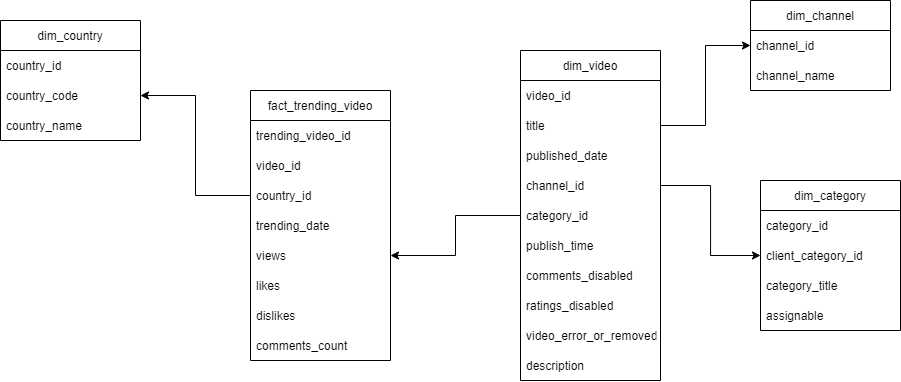
The draw.io diagram docs/final-project-logical-model.drawio.png in nischalbadal/YouTube-Trending-Video-Analysis, before a commit. Source tidied: cells renumbered, new cells last; positions are measured from the earlier drawing's top-left corner, leaving out a move shared by most shapes.
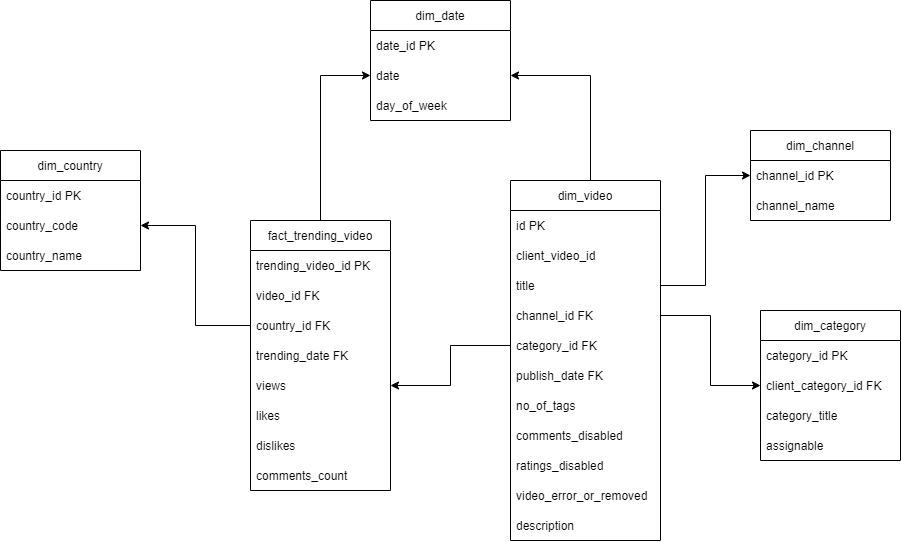
Above is the later version.

Diff of the diagram source:
```diff
@@ -5,10 +5,10 @@
     <mxCell id="2" value="dim_category" style="swimlane;fontStyle=0;horizontal=1;startSize=30;" parent="1" vertex="1">
       <mxGeometry x="760" y="180" width="140" height="150" as="geometry" />
     </mxCell>
-    <mxCell id="3" value="category_id" style="text;strokeColor=none;fillColor=none;align=left;verticalAlign=middle;spacingLeft=4;spacingRight=4;overflow=hidden;" parent="2" vertex="1">
+    <mxCell id="3" value="category_id PK" style="text;strokeColor=none;fillColor=none;align=left;verticalAlign=middle;spacingLeft=4;spacingRight=4;overflow=hidden;" parent="2" vertex="1">
       <mxGeometry y="30" width="140" height="30" as="geometry" />
     </mxCell>
-    <mxCell id="4" value="client_category_id" style="text;strokeColor=none;fillColor=none;align=left;verticalAlign=middle;spacingLeft=4;spacingRight=4;overflow=hidden;points=[[0,0.5],[1,0.5]];portConstraint=eastwest;" parent="2" vertex="1">
+    <mxCell id="4" value="client_category_id FK" style="text;strokeColor=none;fillColor=none;align=left;verticalAlign=middle;spacingLeft=4;spacingRight=4;overflow=hidden;points=[[0,0.5],[1,0.5]];portConstraint=eastwest;" parent="2" vertex="1">
       <mxGeometry y="60" width="140" height="30" as="geometry" />
     </mxCell>
     <mxCell id="5" value="category_title" style="text;strokeColor=none;fillColor=none;align=left;verticalAlign=middle;spacingLeft=4;spacingRight=4;overflow=hidden;" parent="2" vertex="1">
@@ -17,61 +17,74 @@
     <mxCell id="6" value="assignable" style="text;strokeColor=none;fillColor=none;align=left;verticalAlign=middle;spacingLeft=4;spacingRight=4;overflow=hidden;" parent="2" vertex="1">
       <mxGeometry y="120" width="140" height="30" as="geometry" />
     </mxCell>
+    <mxCell id="38" style="edgeStyle=orthogonalEdgeStyle;rounded=0;jettySize=auto;html=1;entryX=1;entryY=0.5;entryDx=0;entryDy=0;" parent="1" edge="1" source="7" target="44">
+      <mxGeometry relative="1" as="geometry">
+        <Array as="points">
+          <mxPoint x="590" y="-55" />
+        </Array>
+      </mxGeometry>
+    </mxCell>
     <mxCell id="7" value="dim_video" style="swimlane;fontStyle=0;horizontal=1;startSize=30;" parent="1" vertex="1">
-      <mxGeometry x="520" y="50" width="140" height="330" as="geometry" />
+      <mxGeometry x="510" y="50" width="150" height="360" as="geometry" />
     </mxCell>
+    <mxCell id="39" value="id PK" style="text;strokeColor=none;fillColor=none;align=left;verticalAlign=middle;spacingLeft=4;spacingRight=4;overflow=hidden;" parent="7" vertex="1">
+      <mxGeometry y="30" width="150" height="30" as="geometry" />
+    </mxCell>
-    <mxCell id="8" value="video_id" style="text;strokeColor=none;fillColor=none;align=left;verticalAlign=middle;spacingLeft=4;spacingRight=4;overflow=hidden;" parent="7" vertex="1">
-      <mxGeometry y="30" width="140" height="30" as="geometry" />
+    <mxCell id="8" value="client_video_id" style="text;strokeColor=none;fillColor=none;align=left;verticalAlign=middle;spacingLeft=4;spacingRight=4;overflow=hidden;" parent="7" vertex="1">
+      <mxGeometry y="60" width="150" height="30" as="geometry" />
     </mxCell>
     <mxCell id="9" value="title" style="text;strokeColor=none;fillColor=none;align=left;verticalAlign=middle;spacingLeft=4;spacingRight=4;overflow=hidden;points=[[0,0.5],[1,0.5]];portConstraint=eastwest;" parent="7" vertex="1">
-      <mxGeometry y="60" width="140" height="30" as="geometry" />
+      <mxGeometry y="90" width="150" height="30" as="geometry" />
     </mxCell>
-    <mxCell id="10" value="published_date" style="text;strokeColor=none;fillColor=none;align=left;verticalAlign=middle;spacingLeft=4;spacingRight=4;overflow=hidden;" parent="7" vertex="1">
-      <mxGeometry y="90" width="140" height="30" as="geometry" />
-    </mxCell>
-    <mxCell id="11" value="channel_id" style="text;strokeColor=none;fillColor=none;align=left;verticalAlign=middle;spacingLeft=4;spacingRight=4;overflow=hidden;points=[[0,0.5],[1,0.5]];portConstraint=eastwest;" parent="7" vertex="1">
-      <mxGeometry y="120" width="140" height="30" as="geometry" />
+    <mxCell id="11" value="channel_id FK" style="text;strokeColor=none;fillColor=none;align=left;verticalAlign=middle;spacingLeft=4;spacingRight=4;overflow=hidden;points=[[0,0.5],[1,0.5]];portConstraint=eastwest;" parent="7" vertex="1">
+      <mxGeometry y="120" width="150" height="30" as="geometry" />
     </mxCell>
-    <mxCell id="12" value="category_id" style="text;strokeColor=none;fillColor=none;align=left;verticalAlign=middle;spacingLeft=4;spacingRight=4;overflow=hidden;points=[[0,0.5],[1,0.5]];portConstraint=eastwest;" parent="7" vertex="1">
-      <mxGeometry y="150" width="140" height="30" as="geometry" />
+    <mxCell id="12" value="category_id FK" style="text;strokeColor=none;fillColor=none;align=left;verticalAlign=middle;spacingLeft=4;spacingRight=4;overflow=hidden;points=[[0,0.5],[1,0.5]];portConstraint=eastwest;" parent="7" vertex="1">
+      <mxGeometry y="150" width="150" height="30" as="geometry" />
     </mxCell>
-    <mxCell id="13" value="publish_time" style="text;strokeColor=none;fillColor=none;align=left;verticalAlign=middle;spacingLeft=4;spacingRight=4;overflow=hidden;" parent="7" vertex="1">
-      <mxGeometry y="180" width="140" height="30" as="geometry" />
+    <mxCell id="13" value="publish_date FK" style="text;strokeColor=none;fillColor=none;align=left;verticalAlign=middle;spacingLeft=4;spacingRight=4;overflow=hidden;" parent="7" vertex="1">
+      <mxGeometry y="180" width="150" height="30" as="geometry" />
     </mxCell>
+    <mxCell id="40" value="no_of_tags" style="text;strokeColor=none;fillColor=none;align=left;verticalAlign=middle;spacingLeft=4;spacingRight=4;overflow=hidden;" parent="7" vertex="1">
+      <mxGeometry y="210" width="150" height="30" as="geometry" />
+    </mxCell>
     <mxCell id="14" value="comments_disabled" style="text;strokeColor=none;fillColor=none;align=left;verticalAlign=middle;spacingLeft=4;spacingRight=4;overflow=hidden;" parent="7" vertex="1">
-      <mxGeometry y="210" width="140" height="30" as="geometry" />
+      <mxGeometry y="240" width="150" height="30" as="geometry" />
     </mxCell>
     <mxCell id="15" value="ratings_disabled" style="text;strokeColor=none;fillColor=none;align=left;verticalAlign=middle;spacingLeft=4;spacingRight=4;overflow=hidden;" parent="7" vertex="1">
-      <mxGeometry y="240" width="140" height="30" as="geometry" />
+      <mxGeometry y="270" width="150" height="30" as="geometry" />
     </mxCell>
     <mxCell id="16" value="video_error_or_removed" style="text;strokeColor=none;fillColor=none;align=left;verticalAlign=middle;spacingLeft=4;spacingRight=4;overflow=hidden;" parent="7" vertex="1">
-      <mxGeometry y="270" width="140" height="30" as="geometry" />
+      <mxGeometry y="300" width="150" height="30" as="geometry" />
     </mxCell>
     <mxCell id="17" value="description" style="text;strokeColor=none;fillColor=none;align=left;verticalAlign=middle;spacingLeft=4;spacingRight=4;overflow=hidden;" parent="7" vertex="1">
-      <mxGeometry y="300" width="140" height="30" as="geometry" />
+      <mxGeometry y="330" width="150" height="30" as="geometry" />
     </mxCell>
     <mxCell id="18" value="dim_channel" style="swimlane;fontStyle=0;horizontal=1;startSize=30;" parent="1" vertex="1">
       <mxGeometry x="750" width="140" height="90" as="geometry" />
     </mxCell>
-    <mxCell id="19" value="channel_id" style="text;strokeColor=none;fillColor=none;align=left;verticalAlign=middle;spacingLeft=4;spacingRight=4;overflow=hidden;points=[[0,0.5],[1,0.5]];portConstraint=eastwest;" parent="18" vertex="1">
+    <mxCell id="19" value="channel_id PK" style="text;strokeColor=none;fillColor=none;align=left;verticalAlign=middle;spacingLeft=4;spacingRight=4;overflow=hidden;points=[[0,0.5],[1,0.5]];portConstraint=eastwest;" parent="18" vertex="1">
       <mxGeometry y="30" width="140" height="30" as="geometry" />
     </mxCell>
     <mxCell id="20" value="channel_name" style="text;strokeColor=none;fillColor=none;align=left;verticalAlign=middle;spacingLeft=4;spacingRight=4;overflow=hidden;" parent="18" vertex="1">
       <mxGeometry y="60" width="140" height="30" as="geometry" />
     </mxCell>
+    <mxCell id="41" style="edgeStyle=orthogonalEdgeStyle;rounded=0;jettySize=auto;html=1;entryX=0;entryY=0.5;entryDx=0;entryDy=0;" parent="1" edge="1" source="21" target="44">
+      <mxGeometry relative="1" as="geometry" />
+    </mxCell>
     <mxCell id="21" value="fact_trending_video" style="swimlane;fontStyle=0;horizontal=1;startSize=30;" parent="1" vertex="1">
       <mxGeometry x="250" y="90" width="140" height="270" as="geometry" />
     </mxCell>
-    <mxCell id="22" value="trending_video_id" style="text;strokeColor=none;fillColor=none;align=left;verticalAlign=middle;spacingLeft=4;spacingRight=4;overflow=hidden;" parent="21" vertex="1">
+    <mxCell id="22" value="trending_video_id PK" style="text;strokeColor=none;fillColor=none;align=left;verticalAlign=middle;spacingLeft=4;spacingRight=4;overflow=hidden;" parent="21" vertex="1">
       <mxGeometry y="30" width="140" height="30" as="geometry" />
     </mxCell>
-    <mxCell id="23" value="video_id" style="text;strokeColor=none;fillColor=none;align=left;verticalAlign=middle;spacingLeft=4;spacingRight=4;overflow=hidden;" parent="21" vertex="1">
+    <mxCell id="23" value="video_id FK" style="text;strokeColor=none;fillColor=none;align=left;verticalAlign=middle;spacingLeft=4;spacingRight=4;overflow=hidden;" parent="21" vertex="1">
       <mxGeometry y="60" width="140" height="30" as="geometry" />
     </mxCell>
-    <mxCell id="24" value="country_id" style="text;strokeColor=none;fillColor=none;align=left;verticalAlign=middle;spacingLeft=4;spacingRight=4;overflow=hidden;points=[[0,0.5],[1,0.5]];portConstraint=eastwest;" parent="21" vertex="1">
+    <mxCell id="24" value="country_id FK" style="text;strokeColor=none;fillColor=none;align=left;verticalAlign=middle;spacingLeft=4;spacingRight=4;overflow=hidden;points=[[0,0.5],[1,0.5]];portConstraint=eastwest;" parent="21" vertex="1">
       <mxGeometry y="90" width="140" height="30" as="geometry" />
     </mxCell>
-    <mxCell id="25" value="trending_date" style="text;strokeColor=none;fillColor=none;align=left;verticalAlign=middle;spacingLeft=4;spacingRight=4;overflow=hidden;" parent="21" vertex="1">
+    <mxCell id="25" value="trending_date FK" style="text;strokeColor=none;fillColor=none;align=left;verticalAlign=middle;spacingLeft=4;spacingRight=4;overflow=hidden;" parent="21" vertex="1">
       <mxGeometry y="120" width="140" height="30" as="geometry" />
     </mxCell>
     <mxCell id="26" value="views" style="text;strokeColor=none;fillColor=none;align=left;verticalAlign=middle;spacingLeft=4;spacingRight=4;overflow=hidden;points=[[0,0.5],[1,0.5]];portConstraint=eastwest;" parent="21" vertex="1">
@@ -89,7 +102,7 @@
     <mxCell id="30" value="dim_country" style="swimlane;fontStyle=0;horizontal=1;startSize=30;" parent="1" vertex="1">
       <mxGeometry y="20" width="140" height="120" as="geometry" />
     </mxCell>
-    <mxCell id="31" value="country_id" style="text;strokeColor=none;fillColor=none;align=left;verticalAlign=middle;spacingLeft=4;spacingRight=4;overflow=hidden;" parent="30" vertex="1">
+    <mxCell id="31" value="country_id PK" style="text;strokeColor=none;fillColor=none;align=left;verticalAlign=middle;spacingLeft=4;spacingRight=4;overflow=hidden;" parent="30" vertex="1">
       <mxGeometry y="30" width="140" height="30" as="geometry" />
     </mxCell>
     <mxCell id="32" value="country_code" style="text;strokeColor=none;fillColor=none;align=left;verticalAlign=middle;spacingLeft=4;spacingRight=4;overflow=hidden;points=[[0,0.5],[1,0.5]];portConstraint=eastwest;" parent="30" vertex="1">
@@ -110,5 +123,17 @@
     <mxCell id="37" style="edgeStyle=orthogonalEdgeStyle;rounded=0;jettySize=auto;html=1;entryX=1;entryY=0.5;entryDx=0;entryDy=0;" parent="1" edge="1" source="12" target="26">
       <mxGeometry relative="1" as="geometry" />
     </mxCell>
+    <mxCell id="42" value="dim_date" style="swimlane;fontStyle=0;horizontal=1;startSize=30;" parent="1" vertex="1">
+      <mxGeometry x="370" y="-130" width="140" height="120" as="geometry" />
+    </mxCell>
+    <mxCell id="43" value="date_id PK" style="text;strokeColor=none;fillColor=none;align=left;verticalAlign=middle;spacingLeft=4;spacingRight=4;overflow=hidden;" parent="42" vertex="1">
+      <mxGeometry y="30" width="140" height="30" as="geometry" />
+    </mxCell>
+    <mxCell id="44" value="date" style="text;strokeColor=none;fillColor=none;align=left;verticalAlign=middle;spacingLeft=4;spacingRight=4;overflow=hidden;points=[[0,0.5],[1,0.5]];portConstraint=eastwest;" parent="42" vertex="1">
+      <mxGeometry y="60" width="140" height="30" as="geometry" />
+    </mxCell>
+    <mxCell id="45" value="day_of_week" style="text;strokeColor=none;fillColor=none;align=left;verticalAlign=middle;spacingLeft=4;spacingRight=4;overflow=hidden;" parent="42" vertex="1">
+      <mxGeometry y="90" width="140" height="30" as="geometry" />
+    </mxCell>
   </root>
 </mxGraphModel>
```
